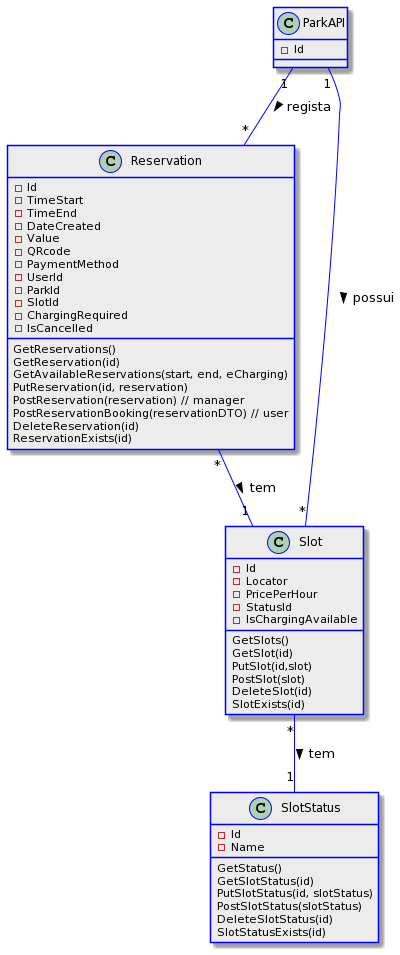
Before: Documentos/API Private Park/UC 2/UC2DC_img.png, a diagram exported from PlantUML (UPskillDOTNET/SapienSoft).
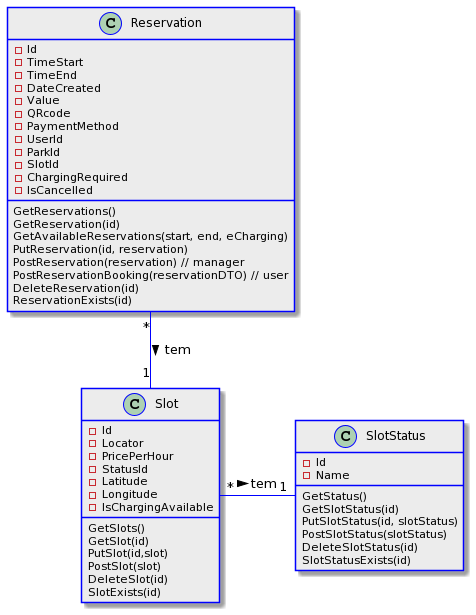
After the commit.

Diff of the diagram source:
```diff
@@ -3,10 +3,6 @@
 BackgroundColor #ECECEC
 ArrowColor Blue
 BorderColor Blue
-}
-
-class ParkAPI{
-- Id
 }
 
 class Reservation{
@@ -37,6 +33,8 @@
 - Locator
 - PricePerHour
 - StatusId
+- Latitude
+- Longitude
 - IsChargingAvailable
 GetSlots()
 GetSlot(id)
@@ -58,8 +56,6 @@
 }
 
 
-ParkAPI"1" -- "*" Reservation : > regista
-ParkAPI"1" -- "*" Slot : > possui
 Reservation"*" -- "1" Slot : > tem
-Slot"*" -- "1" SlotStatus : > tem
+Slot"*" -right- "1" SlotStatus : > tem
 @enduml
```
